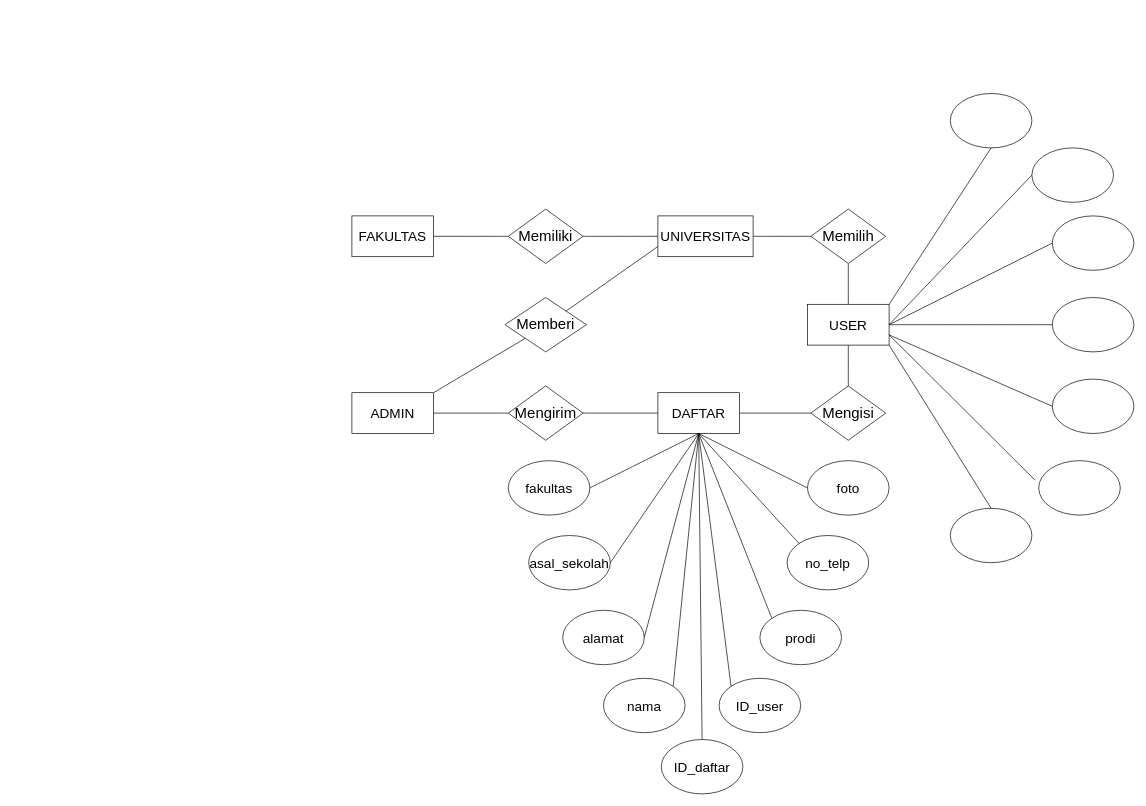
Before: Diagram Erd.drawio in dickisepto/Latihan-GIT, a draw.io diagram. Source tidied: cells renumbered, new cells numbered last; positions are measured from the earlier drawing's top-left corner, leaving out a move shared by most shapes. Both pictures are drawn from the tidied source at 68%, with x=0, y=0 at pixel (352, 93).
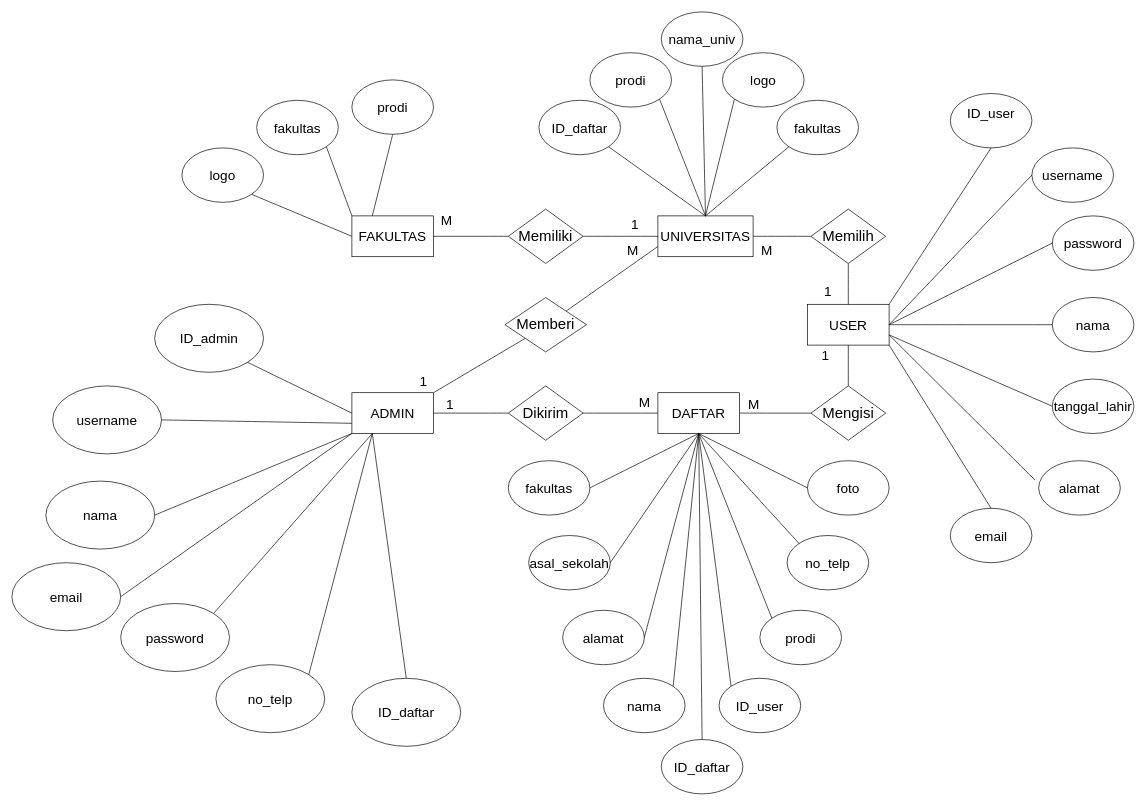
The same diagram, later.

The change refers to these unchanged cells:
```xml
<mxCell id="2" value="FAKULTAS" style="rounded=0;whiteSpace=wrap;html=1;hachureGap=4;fontSize=20;" parent="1" vertex="1">
  <mxGeometry y="180" width="120" height="60" as="geometry" />
</mxCell>
<mxCell id="6" value="UNIVERSITAS" style="rounded=0;whiteSpace=wrap;html=1;hachureGap=4;fontSize=20;" parent="1" vertex="1">
  <mxGeometry x="450" y="180" width="140" height="60" as="geometry" />
</mxCell>
<mxCell id="8" value="ADMIN" style="rounded=0;whiteSpace=wrap;html=1;hachureGap=4;fontSize=20;" parent="1" vertex="1">
  <mxGeometry y="440" width="120" height="60" as="geometry" />
</mxCell>
```

The edit, as a diff of the source:
```diff
@@
-    <mxCell id="11" value="Mengirim" style="rhombus;whiteSpace=wrap;html=1;hachureGap=4;fontSize=22;" parent="1" vertex="1">
+    <mxCell id="11" value="Dikirim" style="rhombus;whiteSpace=wrap;html=1;hachureGap=4;fontSize=22;" parent="1" vertex="1">
       <mxGeometry x="230" y="430" width="110" height="80" as="geometry" />
     </mxCell>
@@
-    <mxCell id="24" style="ellipse;whiteSpace=wrap;html=1;hachureGap=4;fontSize=20;" parent="1" vertex="1">
+    <mxCell id="24" value="email" style="ellipse;whiteSpace=wrap;html=1;hachureGap=4;fontSize=20;" parent="1" vertex="1">
       <mxGeometry x="880" y="610" width="120" height="80" as="geometry" />
     </mxCell>
-    <mxCell id="25" style="ellipse;whiteSpace=wrap;html=1;hachureGap=4;fontSize=20;" parent="1" vertex="1">
+    <mxCell id="25" value="&#10;ID_user&#10;&#10;" style="ellipse;whiteSpace=wrap;html=1;hachureGap=4;fontSize=20;align=center;" parent="1" vertex="1">
       <mxGeometry x="880" width="120" height="80" as="geometry" />
     </mxCell>
-    <mxCell id="26" style="ellipse;whiteSpace=wrap;html=1;hachureGap=4;fontSize=20;" parent="1" vertex="1">
+    <mxCell id="26" value="alamat" style="ellipse;whiteSpace=wrap;html=1;hachureGap=4;fontSize=20;" parent="1" vertex="1">
       <mxGeometry x="1010" y="540" width="120" height="80" as="geometry" />
     </mxCell>
-    <mxCell id="27" style="ellipse;whiteSpace=wrap;html=1;hachureGap=4;fontSize=20;" parent="1" vertex="1">
+    <mxCell id="27" value="username" style="ellipse;whiteSpace=wrap;html=1;hachureGap=4;fontSize=20;" parent="1" vertex="1">
       <mxGeometry x="1000" y="80" width="120" height="80" as="geometry" />
     </mxCell>
-    <mxCell id="28" style="ellipse;whiteSpace=wrap;html=1;hachureGap=4;fontSize=20;" parent="1" vertex="1">
+    <mxCell id="28" value="password" style="ellipse;whiteSpace=wrap;html=1;hachureGap=4;fontSize=20;" parent="1" vertex="1">
       <mxGeometry x="1030" y="180" width="120" height="80" as="geometry" />
     </mxCell>
-    <mxCell id="29" style="ellipse;whiteSpace=wrap;html=1;hachureGap=4;fontSize=20;" parent="1" vertex="1">
+    <mxCell id="29" value="nama" style="ellipse;whiteSpace=wrap;html=1;hachureGap=4;fontSize=20;" parent="1" vertex="1">
       <mxGeometry x="1030" y="300" width="120" height="80" as="geometry" />
     </mxCell>
-    <mxCell id="30" style="ellipse;whiteSpace=wrap;html=1;hachureGap=4;fontSize=20;" parent="1" vertex="1">
+    <mxCell id="30" value="tanggal_lahir" style="ellipse;whiteSpace=wrap;html=1;hachureGap=4;fontSize=20;" parent="1" vertex="1">
       <mxGeometry x="1030" y="420" width="120" height="80" as="geometry" />
     </mxCell>
@@
+    <mxCell id="54" value="email" style="ellipse;whiteSpace=wrap;html=1;hachureGap=4;fontSize=20;" parent="1" vertex="1">
+      <mxGeometry x="-500" y="690" width="160" height="100" as="geometry" />
+    </mxCell>
+    <mxCell id="55" value="nama" style="ellipse;whiteSpace=wrap;html=1;hachureGap=4;fontSize=20;" parent="1" vertex="1">
+      <mxGeometry x="-450" y="570" width="160" height="100" as="geometry" />
+    </mxCell>
+    <mxCell id="56" value="ID_admin" style="ellipse;whiteSpace=wrap;html=1;hachureGap=4;fontSize=20;" parent="1" vertex="1">
+      <mxGeometry x="-290" y="310" width="160" height="100" as="geometry" />
+    </mxCell>
+    <mxCell id="57" value="username" style="ellipse;whiteSpace=wrap;html=1;hachureGap=4;fontSize=20;" parent="1" vertex="1">
+      <mxGeometry x="-440" y="430" width="160" height="100" as="geometry" />
+    </mxCell>
+    <mxCell id="58" value="password" style="ellipse;whiteSpace=wrap;html=1;hachureGap=4;fontSize=20;" parent="1" vertex="1">
+      <mxGeometry x="-340" y="750" width="160" height="100" as="geometry" />
+    </mxCell>
+    <mxCell id="59" value="ID_daftar" style="ellipse;whiteSpace=wrap;html=1;hachureGap=4;fontSize=20;" parent="1" vertex="1">
+      <mxGeometry y="860" width="160" height="100" as="geometry" />
+    </mxCell>
+    <mxCell id="60" value="no_telp" style="ellipse;whiteSpace=wrap;html=1;hachureGap=4;fontSize=20;" parent="1" vertex="1">
+      <mxGeometry x="-200" y="840" width="160" height="100" as="geometry" />
+    </mxCell>
+    <mxCell id="61" style="endArrow=none;html=1;rounded=0;fontSize=20;startSize=14;endSize=14;sourcePerimeterSpacing=8;targetPerimeterSpacing=8;curved=1;entryX=0;entryY=1;entryDx=0;entryDy=0;exitX=1;exitY=0.5;exitDx=0;exitDy=0;" parent="1" edge="1" source="54" target="8">
+      <mxGeometry relative="1" as="geometry" />
+    </mxCell>
+    <mxCell id="62" style="endArrow=none;html=1;rounded=0;fontSize=20;startSize=14;endSize=14;sourcePerimeterSpacing=8;targetPerimeterSpacing=8;curved=1;exitX=1;exitY=0;exitDx=0;exitDy=0;entryX=0.25;entryY=1;entryDx=0;entryDy=0;" parent="1" edge="1" source="58" target="8">
+      <mxGeometry relative="1" as="geometry" />
+    </mxCell>
+    <mxCell id="63" style="endArrow=none;html=1;rounded=0;fontSize=20;startSize=14;endSize=14;sourcePerimeterSpacing=8;targetPerimeterSpacing=8;curved=1;exitX=1;exitY=0;exitDx=0;exitDy=0;entryX=0.25;entryY=1;entryDx=0;entryDy=0;" parent="1" edge="1" source="60" target="8">
+      <mxGeometry relative="1" as="geometry" />
+    </mxCell>
+    <mxCell id="64" style="endArrow=none;html=1;rounded=0;fontSize=20;startSize=14;endSize=14;sourcePerimeterSpacing=8;targetPerimeterSpacing=8;curved=1;exitX=0.5;exitY=0;exitDx=0;exitDy=0;entryX=0.25;entryY=1;entryDx=0;entryDy=0;" parent="1" edge="1" source="59" target="8">
+      <mxGeometry relative="1" as="geometry" />
+    </mxCell>
+    <mxCell id="65" style="endArrow=none;html=1;rounded=0;fontSize=20;startSize=14;endSize=14;sourcePerimeterSpacing=8;targetPerimeterSpacing=8;curved=1;entryX=0;entryY=0.75;entryDx=0;entryDy=0;exitX=1;exitY=0.5;exitDx=0;exitDy=0;exitPerimeter=0;" parent="1" edge="1" source="57" target="8">
+      <mxGeometry relative="1" as="geometry" />
+    </mxCell>
+    <mxCell id="66" style="endArrow=none;html=1;rounded=0;fontSize=20;startSize=14;endSize=14;sourcePerimeterSpacing=8;targetPerimeterSpacing=8;curved=1;exitX=1;exitY=0.5;exitDx=0;exitDy=0;entryX=0;entryY=1;entryDx=0;entryDy=0;" parent="1" edge="1" source="55" target="8">
+      <mxGeometry relative="1" as="geometry" />
+    </mxCell>
+    <mxCell id="67" style="endArrow=none;html=1;rounded=0;fontSize=20;startSize=14;endSize=14;sourcePerimeterSpacing=8;targetPerimeterSpacing=8;curved=1;entryX=0;entryY=0.5;entryDx=0;entryDy=0;exitX=1;exitY=1;exitDx=0;exitDy=0;" parent="1" edge="1" source="56" target="8">
+      <mxGeometry relative="1" as="geometry" />
+    </mxCell>
+    <mxCell id="68" value="nama_univ" style="ellipse;whiteSpace=wrap;html=1;hachureGap=4;fontSize=20;" parent="1" vertex="1">
+      <mxGeometry x="455" y="-120" width="120" height="80" as="geometry" />
+    </mxCell>
+    <mxCell id="69" value="ID_daftar" style="ellipse;whiteSpace=wrap;html=1;hachureGap=4;fontSize=20;" parent="1" vertex="1">
+      <mxGeometry x="275" y="10" width="120" height="80" as="geometry" />
+    </mxCell>
+    <mxCell id="70" value="prodi" style="ellipse;whiteSpace=wrap;html=1;hachureGap=4;fontSize=20;" parent="1" vertex="1">
+      <mxGeometry x="350" y="-60" width="120" height="80" as="geometry" />
+    </mxCell>
+    <mxCell id="71" value="logo" style="ellipse;whiteSpace=wrap;html=1;hachureGap=4;fontSize=20;" parent="1" vertex="1">
+      <mxGeometry x="545" y="-60" width="120" height="80" as="geometry" />
+    </mxCell>
+    <mxCell id="72" value="fakultas" style="ellipse;whiteSpace=wrap;html=1;hachureGap=4;fontSize=20;" parent="1" vertex="1">
+      <mxGeometry x="625" y="10" width="120" height="80" as="geometry" />
+    </mxCell>
+    <mxCell id="73" style="edgeStyle=none;jettySize=auto;html=1;rounded=0;fontSize=20;endArrow=none;endFill=0;startSize=14;endSize=14;sourcePerimeterSpacing=8;targetPerimeterSpacing=8;curved=1;entryX=1;entryY=1;entryDx=0;entryDy=0;exitX=0.5;exitY=0;exitDx=0;exitDy=0;" parent="1" edge="1" source="6" target="69">
+      <mxGeometry relative="1" as="geometry" />
+    </mxCell>
+    <mxCell id="74" style="edgeStyle=none;jettySize=auto;html=1;rounded=0;fontSize=20;endArrow=none;endFill=0;startSize=14;endSize=14;sourcePerimeterSpacing=8;targetPerimeterSpacing=8;curved=1;entryX=0;entryY=1;entryDx=0;entryDy=0;exitX=0.5;exitY=0;exitDx=0;exitDy=0;" parent="1" edge="1" source="6" target="71">
+      <mxGeometry relative="1" as="geometry" />
+    </mxCell>
+    <mxCell id="75" style="edgeStyle=none;jettySize=auto;html=1;rounded=0;fontSize=20;endArrow=none;endFill=0;startSize=14;endSize=14;sourcePerimeterSpacing=8;targetPerimeterSpacing=8;curved=1;entryX=0.5;entryY=1;entryDx=0;entryDy=0;exitX=0.5;exitY=0;exitDx=0;exitDy=0;" parent="1" edge="1" source="6" target="68">
+      <mxGeometry relative="1" as="geometry" />
+    </mxCell>
+    <mxCell id="76" style="edgeStyle=none;jettySize=auto;html=1;rounded=0;fontSize=20;endArrow=none;endFill=0;startSize=14;endSize=14;sourcePerimeterSpacing=8;targetPerimeterSpacing=8;curved=1;entryX=1;entryY=1;entryDx=0;entryDy=0;exitX=0.5;exitY=0;exitDx=0;exitDy=0;" parent="1" edge="1" source="6" target="70">
+      <mxGeometry relative="1" as="geometry" />
+    </mxCell>
+    <mxCell id="77" style="edgeStyle=none;jettySize=auto;html=1;rounded=0;fontSize=20;endArrow=none;endFill=0;startSize=14;endSize=14;sourcePerimeterSpacing=8;targetPerimeterSpacing=8;curved=1;entryX=0;entryY=1;entryDx=0;entryDy=0;exitX=0.5;exitY=0;exitDx=0;exitDy=0;" parent="1" edge="1" source="6" target="72">
+      <mxGeometry relative="1" as="geometry" />
+    </mxCell>
+    <mxCell id="78" value="logo" style="ellipse;whiteSpace=wrap;html=1;hachureGap=4;fontSize=20;" parent="1" vertex="1">
+      <mxGeometry x="-250" y="80" width="120" height="80" as="geometry" />
+    </mxCell>
+    <mxCell id="79" value="fakultas" style="ellipse;whiteSpace=wrap;html=1;hachureGap=4;fontSize=20;" parent="1" vertex="1">
+      <mxGeometry x="-140" y="10" width="120" height="80" as="geometry" />
+    </mxCell>
+    <mxCell id="80" value="prodi" style="ellipse;whiteSpace=wrap;html=1;hachureGap=4;fontSize=20;" parent="1" vertex="1">
+      <mxGeometry y="-20" width="120" height="80" as="geometry" />
+    </mxCell>
+    <mxCell id="81" style="edgeStyle=none;jettySize=auto;html=1;rounded=0;fontSize=20;endArrow=none;endFill=0;startSize=14;endSize=14;sourcePerimeterSpacing=8;targetPerimeterSpacing=8;curved=1;exitX=1;exitY=1;exitDx=0;exitDy=0;entryX=0;entryY=0.5;entryDx=0;entryDy=0;" parent="1" edge="1" source="78" target="2">
+      <mxGeometry relative="1" as="geometry" />
+    </mxCell>
+    <mxCell id="82" style="edgeStyle=none;jettySize=auto;html=1;rounded=0;fontSize=20;endArrow=none;endFill=0;startSize=14;endSize=14;sourcePerimeterSpacing=8;targetPerimeterSpacing=8;curved=1;exitX=0.5;exitY=1;exitDx=0;exitDy=0;entryX=0.25;entryY=0;entryDx=0;entryDy=0;" parent="1" edge="1" source="80" target="2">
+      <mxGeometry relative="1" as="geometry" />
+    </mxCell>
+    <mxCell id="83" style="edgeStyle=none;jettySize=auto;html=1;rounded=0;fontSize=20;endArrow=none;endFill=0;startSize=14;endSize=14;sourcePerimeterSpacing=8;targetPerimeterSpacing=8;curved=1;exitX=1;exitY=1;exitDx=0;exitDy=0;entryX=0;entryY=0;entryDx=0;entryDy=0;" parent="1" edge="1" source="79" target="2">
+      <mxGeometry relative="1" as="geometry" />
+    </mxCell>
+    <mxCell id="84" value="1" style="text;html=1;align=center;verticalAlign=middle;strokeColor=none;fillColor=none;hachureGap=4;fontSize=20;" parent="1" vertex="1">
+      <mxGeometry x="685" y="370" width="21" height="28" as="geometry" />
+    </mxCell>
+    <mxCell id="85" value="M" style="text;html=1;align=center;verticalAlign=middle;strokeColor=none;fillColor=none;hachureGap=4;fontSize=20;" parent="1" vertex="1">
+      <mxGeometry x="577" y="443" width="27" height="28" as="geometry" />
+    </mxCell>
+    <mxCell id="86" value="M" style="text;html=1;align=center;verticalAlign=middle;strokeColor=none;fillColor=none;hachureGap=4;fontSize=20;" parent="1" vertex="1">
+      <mxGeometry x="416.5" y="440" width="27" height="28" as="geometry" />
+    </mxCell>
+    <mxCell id="87" value="1" style="text;html=1;align=center;verticalAlign=middle;strokeColor=none;fillColor=none;hachureGap=4;fontSize=20;" parent="1" vertex="1">
+      <mxGeometry x="133" y="443" width="21" height="28" as="geometry" />
+    </mxCell>
+    <mxCell id="88" value="1" style="text;html=1;align=center;verticalAlign=middle;strokeColor=none;fillColor=none;hachureGap=4;fontSize=20;" parent="1" vertex="1">
+      <mxGeometry x="94" y="409" width="21" height="28" as="geometry" />
+    </mxCell>
+    <mxCell id="89" value="M" style="text;html=1;align=center;verticalAlign=middle;strokeColor=none;fillColor=none;hachureGap=4;fontSize=20;" parent="1" vertex="1">
+      <mxGeometry x="399" y="216" width="27" height="28" as="geometry" />
+    </mxCell>
+    <mxCell id="90" value="1" style="text;html=1;align=center;verticalAlign=middle;strokeColor=none;fillColor=none;hachureGap=4;fontSize=20;" parent="1" vertex="1">
+      <mxGeometry x="405" y="178" width="21" height="28" as="geometry" />
+    </mxCell>
+    <mxCell id="91" value="M" style="text;html=1;align=center;verticalAlign=middle;strokeColor=none;fillColor=none;hachureGap=4;fontSize=20;" parent="1" vertex="1">
+      <mxGeometry x="125" y="172" width="27" height="28" as="geometry" />
+    </mxCell>
+    <mxCell id="92" value="1" style="text;html=1;align=center;verticalAlign=middle;strokeColor=none;fillColor=none;hachureGap=4;fontSize=20;" parent="1" vertex="1">
+      <mxGeometry x="689.5" y="277" width="21" height="28" as="geometry" />
+    </mxCell>
+    <mxCell id="93" value="M" style="text;html=1;align=center;verticalAlign=middle;strokeColor=none;fillColor=none;hachureGap=4;fontSize=20;" parent="1" vertex="1">
+      <mxGeometry x="596" y="216" width="27" height="28" as="geometry" />
+    </mxCell>
```
